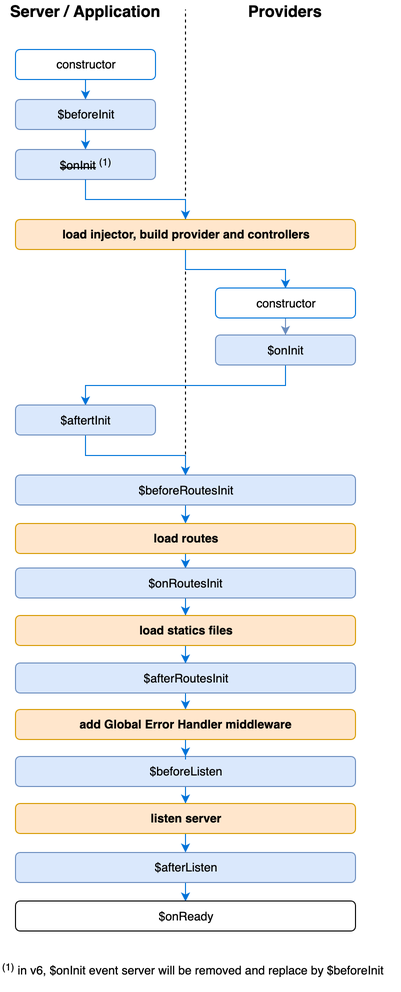
tsedio/tsed keeps this draw.io diagram as docs/assets/hooks-in-sequence.png. Above is the earlier version. Source tidied: cells renumbered, new cells last; positions are measured from the earlier drawing's top-left corner, leaving out a move shared by most shapes.
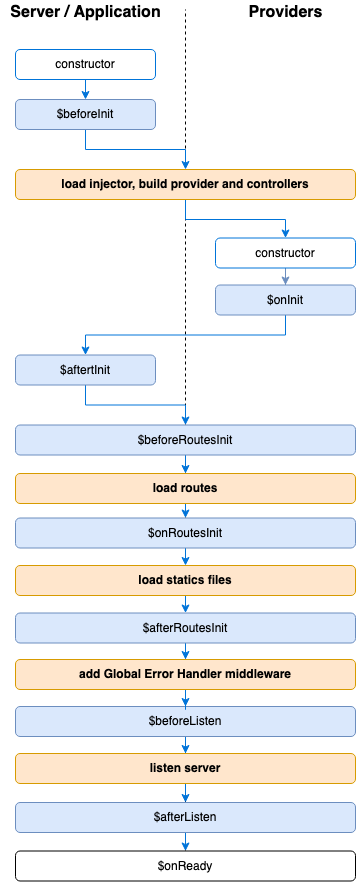
The same file after the commit.

Diff of the diagram source:
```diff
@@ -4,26 +4,25 @@
     <mxCell id="1" parent="0" />
     <mxCell id="2" style="endArrow=none;dashed=1;html=1;" parent="1" edge="1">
       <mxGeometry relative="1" as="geometry">
-        <mxPoint x="185" y="850" as="sourcePoint" />
-        <mxPoint x="185" y="9" as="targetPoint" />
+        <mxPoint x="185" y="900" as="sourcePoint" />
+        <mxPoint x="185" y="59" as="targetPoint" />
       </mxGeometry>
     </mxCell>
     <mxCell id="3" style="edgeStyle=orthogonalEdgeStyle;rounded=0;jettySize=auto;html=1;exitX=0.5;exitY=1;exitDx=0;exitDy=0;entryX=0.5;entryY=0;entryDx=0;entryDy=0;strokeColor=#0074d9;" parent="1" edge="1" source="4">
       <mxGeometry relative="1" as="geometry">
-        <mxPoint x="85" y="99" as="targetPoint" />
+        <mxPoint x="85" y="149" as="targetPoint" />
       </mxGeometry>
     </mxCell>
     <mxCell id="4" value="constructor" style="rounded=1;whiteSpace=wrap;html=1;strokeColor=#0074d9;fontFamily=Helvetica;" parent="1" vertex="1">
-      <mxGeometry x="15" y="49" width="140" height="30" as="geometry" />
+      <mxGeometry x="15" y="99" width="140" height="30" as="geometry" />
     </mxCell>
-    <mxCell id="5" style="edgeStyle=orthogonalEdgeStyle;rounded=0;orthogonalLoop=1;jettySize=auto;html=1;exitX=0.5;exitY=1;exitDx=0;exitDy=0;entryX=0.5;entryY=0;entryDx=0;entryDy=0;strokeColor=#0074d9;" parent="1" edge="1">
+    <mxCell id="5" style="edgeStyle=orthogonalEdgeStyle;rounded=0;jettySize=auto;html=1;exitX=0.5;exitY=1;exitDx=0;exitDy=0;entryX=0.5;entryY=0;entryDx=0;entryDy=0;strokeColor=#0074d9;" parent="1" edge="1" target="8">
       <mxGeometry relative="1" as="geometry">
-        <mxPoint x="85" y="129" as="sourcePoint" />
-        <mxPoint x="85" y="149" as="targetPoint" />
+        <mxPoint x="85" y="179" as="sourcePoint" />
       </mxGeometry>
     </mxCell>
     <mxCell id="6" value="$beforeInit" style="rounded=1;whiteSpace=wrap;html=1;strokeColor=#6c8ebf;fillColor=#dae8fc;fontFamily=Helvetica;" parent="1" vertex="1">
-      <mxGeometry x="15" y="99" width="140" height="30" as="geometry" />
+      <mxGeometry x="15" y="149" width="140" height="30" as="geometry" />
     </mxCell>
     <mxCell id="7" style="edgeStyle=orthogonalEdgeStyle;rounded=0;jettySize=auto;html=1;exitX=0.5;exitY=1;exitDx=0;exitDy=0;entryX=0.5;entryY=0;entryDx=0;entryDy=0;fillColor=#dae8fc;strokeColor=#0074D9;" parent="1" edge="1" source="8" target="11">
       <mxGeometry relative="1" as="geometry" />
@@ -31,9 +30,6 @@
     <mxCell id="8" value="&lt;b&gt;load injector, build provider and controllers&lt;/b&gt;" style="rounded=1;whiteSpace=wrap;html=1;strokeColor=#d79b00;fillColor=#ffe6cc;fontFamily=Helvetica;" parent="1" vertex="1">
       <mxGeometry x="15" y="219" width="340" height="30" as="geometry" />
     </mxCell>
-    <mxCell id="9" value="&lt;strike&gt;$onInit&lt;/strike&gt; &lt;sup&gt;(1)&lt;br&gt;&lt;/sup&gt;" style="rounded=1;whiteSpace=wrap;html=1;strokeColor=#6c8ebf;fillColor=#dae8fc;fontFamily=Helvetica;" parent="1" vertex="1">
-      <mxGeometry x="15" y="149" width="140" height="30" as="geometry" />
-    </mxCell>
     <mxCell id="10" style="edgeStyle=orthogonalEdgeStyle;rounded=0;jettySize=auto;html=1;exitX=0.5;exitY=1;exitDx=0;exitDy=0;fillColor=#dae8fc;strokeColor=#6c8ebf;" parent="1" edge="1" source="11" target="13">
       <mxGeometry relative="1" as="geometry" />
     </mxCell>
@@ -46,12 +42,6 @@
     <mxCell id="13" value="$onInit" style="rounded=1;whiteSpace=wrap;html=1;strokeColor=#6c8ebf;fillColor=#dae8fc;fontFamily=Helvetica;" parent="1" vertex="1">
       <mxGeometry x="215" y="334.5" width="140" height="30" as="geometry" />
     </mxCell>
-    <mxCell id="14" style="edgeStyle=orthogonalEdgeStyle;rounded=0;jettySize=auto;html=1;exitX=0.5;exitY=1;exitDx=0;exitDy=0;strokeColor=#0074d9;entryX=0.5;entryY=0;entryDx=0;entryDy=0;" parent="1" edge="1" source="9" target="8">
-      <mxGeometry relative="1" as="geometry" />
-    </mxCell>
-    <mxCell id="15" value="&lt;div&gt;&lt;sup&gt;(1)&lt;/sup&gt; in v6, $onInit event server will be removed and replace by $beforeInit&lt;br&gt;&lt;/div&gt;&lt;div&gt;&lt;br&gt;&lt;/div&gt;" style="text;html=1;align=left;verticalAlign=top;spacingTop=-4;" parent="1" vertex="1">
-      <mxGeometry y="959" width="400" height="30" as="geometry" />
-    </mxCell>
     <mxCell id="16" style="edgeStyle=orthogonalEdgeStyle;rounded=0;jettySize=auto;html=1;exitX=0.5;exitY=1;exitDx=0;exitDy=0;entryX=0.5;entryY=0;entryDx=0;entryDy=0;strokeColor=#0074D9;fontSize=15;" parent="1" edge="1" source="17" target="28">
       <mxGeometry relative="1" as="geometry" />
     </mxCell>
@@ -94,10 +84,10 @@
       <mxGeometry x="15" y="523" width="340" height="30" as="geometry" />
     </mxCell>
     <mxCell id="29" value="&lt;div align=&quot;center&quot;&gt;&lt;font style=&quot;font-size: 16px&quot;&gt;&lt;b&gt;Server / Application&lt;/b&gt;&lt;/font&gt;&lt;/div&gt;" style="text;html=1;align=center;verticalAlign=top;spacingTop=-4;" parent="1" vertex="1">
-      <mxGeometry width="170" height="20" as="geometry" />
+      <mxGeometry y="50" width="170" height="20" as="geometry" />
     </mxCell>
     <mxCell id="30" value="&lt;font style=&quot;font-size: 16px&quot;&gt;&lt;b&gt;Providers&lt;/b&gt;&lt;/font&gt;" style="text;html=1;align=center;verticalAlign=top;spacingTop=-4;fontSize=15;" parent="1" vertex="1">
-      <mxGeometry x="240" width="90" height="20" as="geometry" />
+      <mxGeometry x="240" y="50" width="90" height="20" as="geometry" />
     </mxCell>
     <mxCell id="31" style="edgeStyle=orthogonalEdgeStyle;rounded=0;jettySize=auto;html=1;exitX=0.5;exitY=1;exitDx=0;exitDy=0;entryX=0.5;entryY=0;entryDx=0;entryDy=0;strokeColor=#0074D9;fontSize=15;" parent="1" edge="1" source="32" target="25">
       <mxGeometry relative="1" as="geometry" />
```
